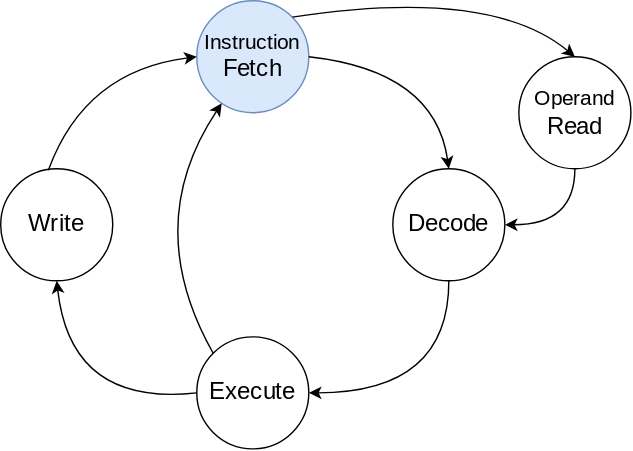
ProfSchimd/sistemi keeps this draw.io diagram as 3/img/cpu-finite-control.svg. Above is the earlier version. Source tidied: cells renumbered, new cells last; positions are measured from the earlier drawing's top-left corner, leaving out a move shared by most shapes.
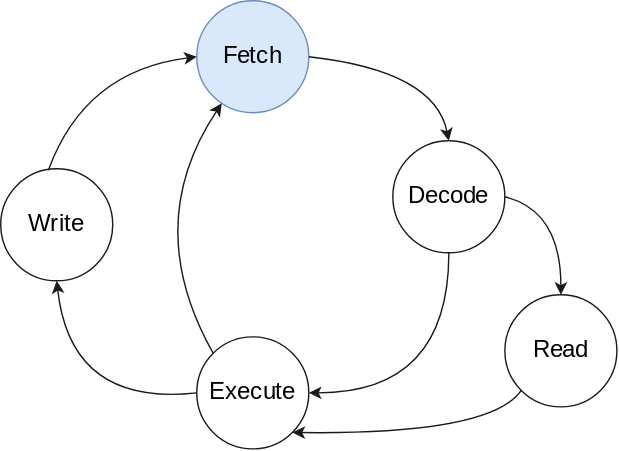
Later version of the same file.

Commit message:
Corrected cpu-control image, second attempt robots

Diff of the diagram source:
```diff
@@ -2,69 +2,69 @@
   <root>
     <mxCell id="0" />
     <mxCell id="1" parent="0" />
-    <mxCell id="2" value="Instruction &lt;font style=&quot;font-size: 17px;&quot;&gt;Fetch&lt;/font&gt;" style="ellipse;whiteSpace=wrap;html=1;fontFamily=Nunito;fontSource=https%3A%2F%2Ffonts.googleapis.com%2Fcss%3Ffamily%3DNunito;fontSize=15;fillColor=#dae8fc;strokeColor=#6c8ebf;" parent="1" vertex="1">
-      <mxGeometry x="140" y="10" width="80" height="80" as="geometry" />
-    </mxCell>
+    <mxCell id="14" value="&lt;font style=&quot;font-size: 17px;&quot;&gt;Fetch&lt;/font&gt;" style="ellipse;whiteSpace=wrap;html=1;fontFamily=Nunito;fontSource=https%3A%2F%2Ffonts.googleapis.com%2Fcss%3Ffamily%3DNunito;fontSize=15;fillColor=#dae8fc;strokeColor=#6c8ebf;fontColor=#000000;" parent="1" vertex="1">
+      <mxGeometry x="140" y="10" width="80" height="80" as="geometry" />
+    </mxCell>
-    <mxCell id="3" value="Decode" style="ellipse;whiteSpace=wrap;html=1;fontFamily=Nunito;fontSource=https%3A%2F%2Ffonts.googleapis.com%2Fcss%3Ffamily%3DNunito;fontSize=17;" parent="1" vertex="1">
-      <mxGeometry x="280" y="130" width="80" height="80" as="geometry" />
+    <mxCell id="3" value="Decode" style="ellipse;whiteSpace=wrap;html=1;fontFamily=Nunito;fontSource=https%3A%2F%2Ffonts.googleapis.com%2Fcss%3Ffamily%3DNunito;fontSize=17;strokeColor=#1A1A1A;fillColor=#FFFFFF;fontColor=#000000;" parent="1" vertex="1">
+      <mxGeometry x="280" y="110" width="80" height="80" as="geometry" />
     </mxCell>
-    <mxCell id="4" style="curved=1;endArrow=classic;html=1;rounded=0;exitX=1;exitY=0.5;exitDx=0;exitDy=0;entryX=0.5;entryY=0;entryDx=0;entryDy=0;fontFamily=Nunito;fontSource=https%3A%2F%2Ffonts.googleapis.com%2Fcss%3Ffamily%3DNunito;" parent="1" edge="1" source="2" target="3">
-      <mxGeometry relative="1" as="geometry">
-        <Array as="points">
-          <mxPoint x="310" y="60" />
-        </Array>
-      </mxGeometry>
-    </mxCell>
+    <mxCell id="15" style="curved=1;endArrow=classic;html=1;rounded=0;exitX=1;exitY=0.5;exitDx=0;exitDy=0;entryX=0.5;entryY=0;entryDx=0;entryDy=0;fontFamily=Nunito;fontSource=https%3A%2F%2Ffonts.googleapis.com%2Fcss%3Ffamily%3DNunito;strokeColor=#1A1A1A;fontColor=#000000;" parent="1" edge="1" source="14" target="3">
+      <mxGeometry relative="1" as="geometry">
+        <Array as="points">
+          <mxPoint x="310" y="60" />
+        </Array>
+      </mxGeometry>
+    </mxCell>
-    <mxCell id="5" value="Execute" style="ellipse;whiteSpace=wrap;html=1;fontFamily=Nunito;fontSource=https%3A%2F%2Ffonts.googleapis.com%2Fcss%3Ffamily%3DNunito;fontSize=17;" parent="1" vertex="1">
+    <mxCell id="5" value="Execute" style="ellipse;whiteSpace=wrap;html=1;fontFamily=Nunito;fontSource=https%3A%2F%2Ffonts.googleapis.com%2Fcss%3Ffamily%3DNunito;fontSize=17;strokeColor=#1A1A1A;fillColor=#FFFFFF;fontColor=#000000;" parent="1" vertex="1">
       <mxGeometry x="140" y="250" width="80" height="80" as="geometry" />
     </mxCell>
-    <mxCell id="6" style="curved=1;endArrow=classic;html=1;rounded=0;exitX=0.5;exitY=1;exitDx=0;exitDy=0;entryX=1;entryY=0.5;entryDx=0;entryDy=0;fontFamily=Nunito;fontSource=https%3A%2F%2Ffonts.googleapis.com%2Fcss%3Ffamily%3DNunito;" parent="1" edge="1" source="3" target="5">
+    <mxCell id="6" style="curved=1;endArrow=classic;html=1;rounded=0;exitX=0.5;exitY=1;exitDx=0;exitDy=0;entryX=1;entryY=0.5;entryDx=0;entryDy=0;fontFamily=Nunito;fontSource=https%3A%2F%2Ffonts.googleapis.com%2Fcss%3Ffamily%3DNunito;strokeColor=#1A1A1A;fontColor=#000000;" parent="1" edge="1" source="3" target="5">
       <mxGeometry relative="1" as="geometry">
         <Array as="points">
           <mxPoint x="320" y="290" />
         </Array>
       </mxGeometry>
     </mxCell>
-    <mxCell id="7" style="curved=1;endArrow=classic;html=1;rounded=0;exitX=0;exitY=0;exitDx=0;exitDy=0;fontFamily=Nunito;fontSource=https%3A%2F%2Ffonts.googleapis.com%2Fcss%3Ffamily%3DNunito;" parent="1" edge="1" source="5" target="2">
-      <mxGeometry relative="1" as="geometry">
-        <Array as="points">
-          <mxPoint x="100" y="170" />
-        </Array>
-      </mxGeometry>
-    </mxCell>
-    <mxCell id="8" value="&lt;div&gt;&lt;font style=&quot;font-size: 15px;&quot;&gt;Operand&lt;/font&gt;&lt;/div&gt;Read" style="ellipse;whiteSpace=wrap;html=1;fontFamily=Nunito;fontSource=https%3A%2F%2Ffonts.googleapis.com%2Fcss%3Ffamily%3DNunito;fontSize=17;" parent="1" vertex="1">
-      <mxGeometry x="370" y="50" width="80" height="80" as="geometry" />
-    </mxCell>
-    <mxCell id="9" style="curved=1;endArrow=classic;html=1;rounded=0;exitX=1;exitY=0;exitDx=0;exitDy=0;entryX=0.5;entryY=0;entryDx=0;entryDy=0;fontFamily=Nunito;fontSource=https%3A%2F%2Ffonts.googleapis.com%2Fcss%3Ffamily%3DNunito;" parent="1" edge="1" source="2" target="8">
-      <mxGeometry relative="1" as="geometry">
-        <Array as="points">
-          <mxPoint x="350" />
-        </Array>
-      </mxGeometry>
-    </mxCell>
-    <mxCell id="10" style="curved=1;endArrow=classic;html=1;rounded=0;exitX=0.5;exitY=1;exitDx=0;exitDy=0;entryX=1;entryY=0.5;entryDx=0;entryDy=0;fontFamily=Nunito;fontSource=https%3A%2F%2Ffonts.googleapis.com%2Fcss%3Ffamily%3DNunito;" parent="1" edge="1" source="8" target="3">
-      <mxGeometry relative="1" as="geometry">
-        <Array as="points">
-          <mxPoint x="410" y="170" />
-        </Array>
-      </mxGeometry>
-    </mxCell>
+    <mxCell id="16" style="curved=1;endArrow=classic;html=1;rounded=0;exitX=0;exitY=0;exitDx=0;exitDy=0;fontFamily=Nunito;fontSource=https%3A%2F%2Ffonts.googleapis.com%2Fcss%3Ffamily%3DNunito;strokeColor=#1A1A1A;fontColor=#000000;" parent="1" edge="1" source="5" target="14">
+      <mxGeometry relative="1" as="geometry">
+        <Array as="points">
+          <mxPoint x="100" y="170" />
+        </Array>
+      </mxGeometry>
+    </mxCell>
+    <mxCell id="17" value="&lt;div&gt;&lt;span style=&quot;background-color: transparent;&quot;&gt;Read&lt;/span&gt;&lt;/div&gt;" style="ellipse;whiteSpace=wrap;html=1;fontFamily=Nunito;fontSource=https%3A%2F%2Ffonts.googleapis.com%2Fcss%3Ffamily%3DNunito;fontSize=17;strokeColor=#1A1A1A;fillColor=#FFFFFF;fontColor=#000000;" parent="1" vertex="1">
+      <mxGeometry x="360" y="220" width="80" height="80" as="geometry" />
+    </mxCell>
+    <mxCell id="18" style="curved=1;endArrow=classic;html=1;rounded=0;exitX=1;exitY=0.5;exitDx=0;exitDy=0;entryX=0.5;entryY=0;entryDx=0;entryDy=0;fontFamily=Nunito;fontSource=https%3A%2F%2Ffonts.googleapis.com%2Fcss%3Ffamily%3DNunito;strokeColor=#1A1A1A;fontColor=#000000;" parent="1" edge="1" source="3" target="17">
+      <mxGeometry x="0.16" y="24.52" relative="1" as="geometry">
+        <Array as="points">
+          <mxPoint x="400" y="160" />
+        </Array>
+      </mxGeometry>
+    </mxCell>
+    <mxCell id="19" style="curved=1;endArrow=classic;html=1;rounded=0;exitX=0;exitY=1;exitDx=0;exitDy=0;entryX=1;entryY=1;entryDx=0;entryDy=0;fontFamily=Nunito;fontSource=https%3A%2F%2Ffonts.googleapis.com%2Fcss%3Ffamily%3DNunito;strokeColor=#1A1A1A;fontColor=#000000;" parent="1" edge="1" source="17" target="5">
+      <mxGeometry x="-0.08" y="-2.35" relative="1" as="geometry">
+        <Array as="points">
+          <mxPoint x="350" y="320" />
+        </Array>
+      </mxGeometry>
+    </mxCell>
-    <mxCell id="11" value="Write" style="ellipse;whiteSpace=wrap;html=1;fontFamily=Nunito;fontSource=https%3A%2F%2Ffonts.googleapis.com%2Fcss%3Ffamily%3DNunito;fontSize=17;" parent="1" vertex="1">
+    <mxCell id="11" value="Write" style="ellipse;whiteSpace=wrap;html=1;fontFamily=Nunito;fontSource=https%3A%2F%2Ffonts.googleapis.com%2Fcss%3Ffamily%3DNunito;fontSize=17;strokeColor=#1A1A1A;fillColor=#FFFFFF;fontColor=#000000;" parent="1" vertex="1">
       <mxGeometry y="130" width="80" height="80" as="geometry" />
     </mxCell>
-    <mxCell id="12" style="curved=1;endArrow=classic;html=1;rounded=0;exitX=0;exitY=0.5;exitDx=0;exitDy=0;entryX=0.5;entryY=1;entryDx=0;entryDy=0;fontFamily=Nunito;fontSource=https%3A%2F%2Ffonts.googleapis.com%2Fcss%3Ffamily%3DNunito;" parent="1" edge="1" source="5" target="11">
+    <mxCell id="12" style="curved=1;endArrow=classic;html=1;rounded=0;exitX=0;exitY=0.5;exitDx=0;exitDy=0;entryX=0.5;entryY=1;entryDx=0;entryDy=0;fontFamily=Nunito;fontSource=https%3A%2F%2Ffonts.googleapis.com%2Fcss%3Ffamily%3DNunito;strokeColor=#1A1A1A;fontColor=#000000;" parent="1" edge="1" source="5" target="11">
       <mxGeometry relative="1" as="geometry">
         <Array as="points">
           <mxPoint x="50" y="300" />
         </Array>
       </mxGeometry>
     </mxCell>
-    <mxCell id="13" style="curved=1;endArrow=classic;html=1;rounded=0;exitX=0.425;exitY=0.013;exitDx=0;exitDy=0;entryX=0;entryY=0.5;entryDx=0;entryDy=0;exitPerimeter=0;fontFamily=Nunito;fontSource=https%3A%2F%2Ffonts.googleapis.com%2Fcss%3Ffamily%3DNunito;" parent="1" edge="1" source="11" target="2">
-      <mxGeometry relative="1" as="geometry">
-        <Array as="points">
-          <mxPoint x="60" y="60" />
-        </Array>
-      </mxGeometry>
-    </mxCell>
+    <mxCell id="20" style="curved=1;endArrow=classic;html=1;rounded=0;exitX=0.425;exitY=0.013;exitDx=0;exitDy=0;entryX=0;entryY=0.5;entryDx=0;entryDy=0;exitPerimeter=0;fontFamily=Nunito;fontSource=https%3A%2F%2Ffonts.googleapis.com%2Fcss%3Ffamily%3DNunito;strokeColor=#1A1A1A;fontColor=#000000;" parent="1" edge="1" source="11" target="14">
+      <mxGeometry relative="1" as="geometry">
+        <Array as="points">
+          <mxPoint x="60" y="60" />
+        </Array>
+      </mxGeometry>
+    </mxCell>
   </root>
 </mxGraphModel>
```
